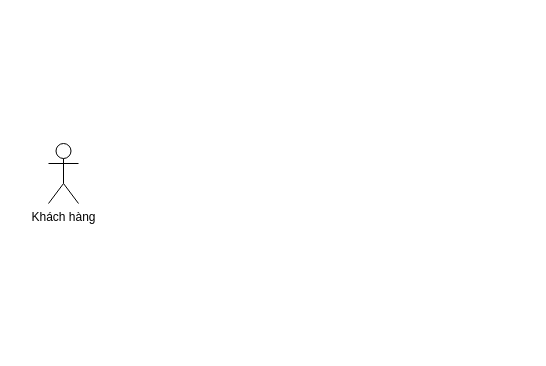
Earlier version of the draw.io diagram page "UC_DatPhong" (4 of 4) of usecase-diagrams.drawio (KMA-TTCS-Nhom32/documents). Source tidied: cells renumbered, new cells numbered last; positions are measured from the earlier drawing's top-left corner, leaving out a move shared by most shapes. Both pictures are drawn from the tidied source at 100%, with x=0, y=0 at pixel (48, 143).
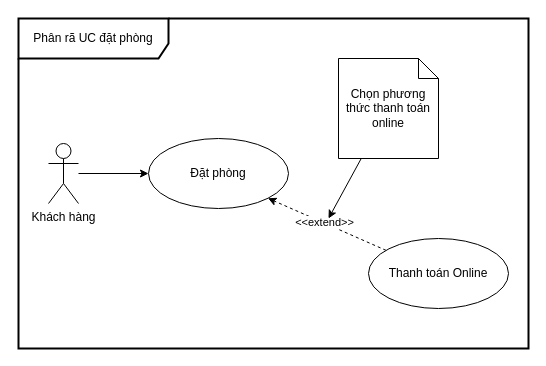
After the change.

The edit, as a diff of the source:
```diff
@@
 <mxGraphModel>
   <root>
     <mxCell id="0" />
     <mxCell id="1" parent="0" />
+    <mxCell id="3" style="rounded=0;jettySize=auto;html=1;entryX=0;entryY=0.5;entryDx=0;entryDy=0;" parent="1" edge="1" source="2" target="4">
+      <mxGeometry relative="1" as="geometry" />
+    </mxCell>
     <mxCell id="2" value="Khách hàng" style="shape=umlActor;verticalLabelPosition=bottom;verticalAlign=top;html=1;" parent="1" vertex="1">
       <mxGeometry width="30" height="60" as="geometry" />
     </mxCell>
+    <mxCell id="4" value="Đặt phòng" style="ellipse;whiteSpace=wrap;html=1;" parent="1" vertex="1">
+      <mxGeometry x="100" y="-5" width="140" height="70" as="geometry" />
+    </mxCell>
+    <mxCell id="5" style="rounded=0;jettySize=auto;html=1;entryX=1;entryY=1;entryDx=0;entryDy=0;dashed=1;" parent="1" edge="1" source="7" target="4">
+      <mxGeometry relative="1" as="geometry" />
+    </mxCell>
+    <mxCell id="6" value="&amp;lt;&amp;lt;extend&amp;gt;&amp;gt;" style="edgeLabel;html=1;align=center;verticalAlign=middle;" parent="5" vertex="1">
+      <mxGeometry x="0.06" y="-1" relative="1" as="geometry" />
+    </mxCell>
+    <mxCell id="7" value="Thanh toán Online" style="ellipse;whiteSpace=wrap;html=1;" parent="1" vertex="1">
+      <mxGeometry x="320" y="95" width="140" height="70" as="geometry" />
+    </mxCell>
+    <mxCell id="8" value="Phân rã UC đặt phòng" style="shape=umlFrame;whiteSpace=wrap;html=1;width=150;height=40;strokeWidth=2;" parent="1" vertex="1">
+      <mxGeometry x="-30" y="-125" width="510" height="330" as="geometry" />
+    </mxCell>
+    <mxCell id="9" style="rounded=0;jettySize=auto;html=1;" parent="1" edge="1" source="10">
+      <mxGeometry relative="1" as="geometry">
+        <mxPoint x="280" y="75" as="targetPoint" />
+      </mxGeometry>
+    </mxCell>
+    <mxCell id="10" value="Chọn phương thức thanh toán online" style="shape=note;size=20;whiteSpace=wrap;html=1;" parent="1" vertex="1">
+      <mxGeometry x="290" y="-85" width="100" height="100" as="geometry" />
+    </mxCell>
   </root>
 </mxGraphModel>
```
